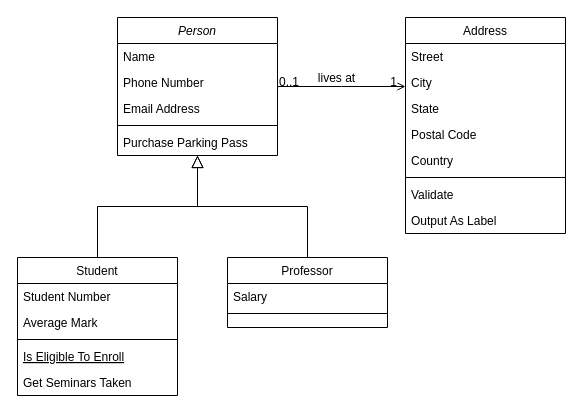
This is Diagrama sem nome.drawio from PatrickDSiqueira/Trabalho_Final_POO, a draw.io file, before an edit. Source tidied: cells renumbered, new cells numbered last; positions are measured from the earlier drawing's top-left corner, leaving out a move shared by most shapes. Both pictures are drawn from the tidied source at 100%, with x=0, y=0 at pixel (17, 17).
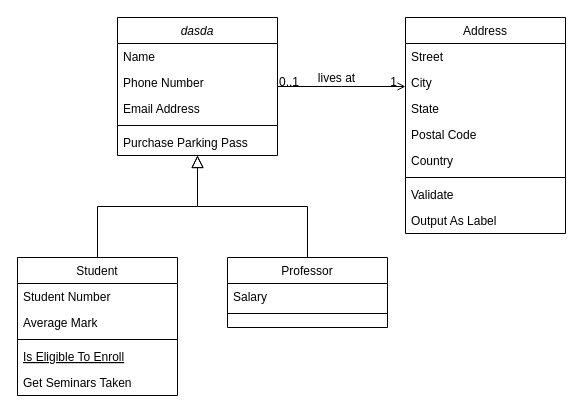
The same diagram, later.

Diff of the diagram source:
```diff
@@
-    <mxCell id="2" value="Person" style="swimlane;fontStyle=2;align=center;verticalAlign=top;horizontal=1;startSize=26;rounded=0;shadow=0;strokeWidth=1;" parent="1" vertex="1">
+    <mxCell id="2" value="dasda" style="swimlane;fontStyle=2;align=center;verticalAlign=top;horizontal=1;startSize=26;rounded=0;shadow=0;strokeWidth=1;" parent="1" vertex="1">
       <mxGeometry x="100" width="160" height="138" as="geometry" />
     </mxCell>
```
